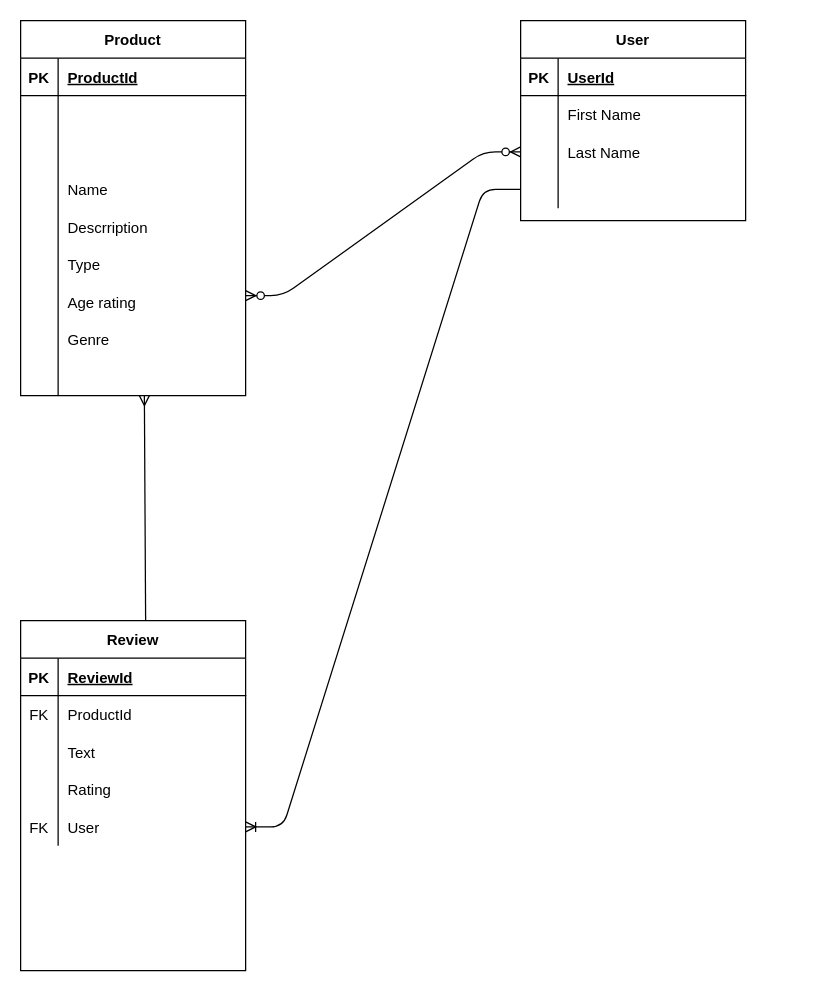
Before: ERD/Ecommerce_ERD.drawio in connor-hood/eCommerce, a draw.io diagram. Source tidied: cells renumbered, new cells numbered last; positions are measured from the earlier drawing's top-left corner, leaving out a move shared by most shapes. Both pictures are drawn from the tidied source at 125%, with x=0, y=0 at pixel (20, 20).
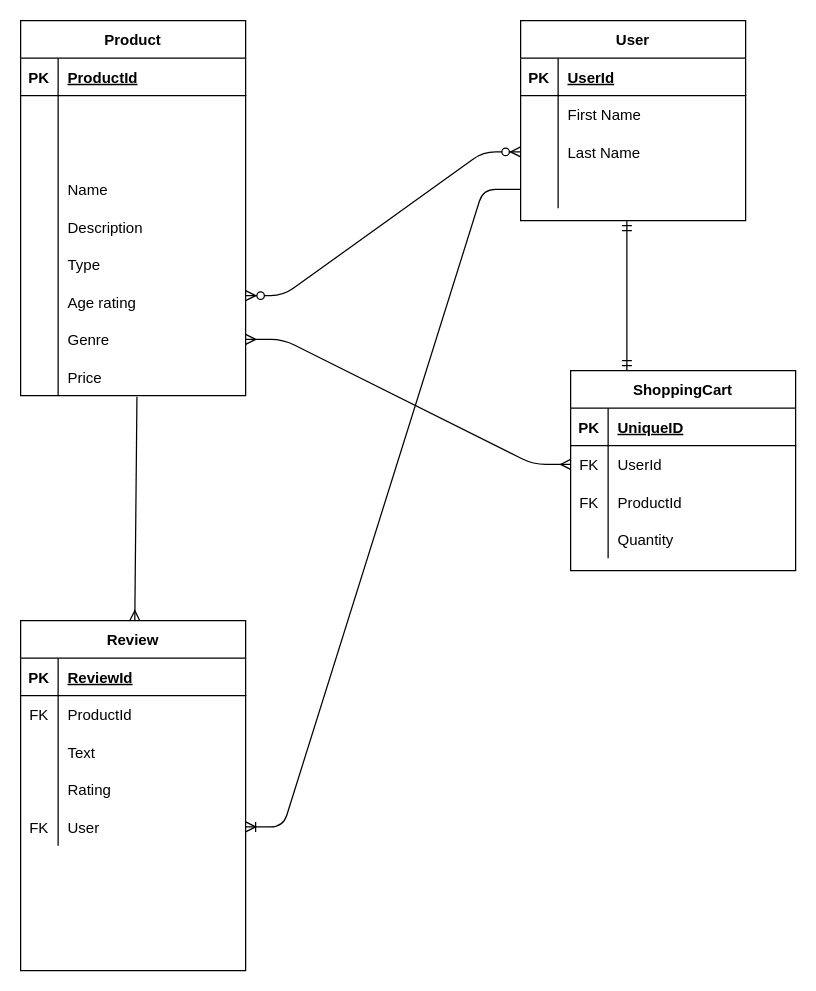
After the change.

Unchanged cells that the change refers to:
```xml
<mxCell id="15" style="shape=partialRectangle;fillColor=none;top=0;left=0;bottom=0;right=0;" parent="2" vertex="1">
  <mxGeometry y="150" width="180" height="30" as="geometry" />
</mxCell>
<mxCell id="24" style="shape=partialRectangle;fillColor=none;top=0;left=0;bottom=0;right=0;points=[[0,0.5],[1,0.5]];portConstraint=eastwest;" parent="2" vertex="1">
  <mxGeometry y="240" width="180" height="30" as="geometry" />
</mxCell>
<mxCell id="27" style="shape=partialRectangle;fillColor=none;top=0;left=0;bottom=0;right=0;points=[[0,0.5],[1,0.5]];portConstraint=eastwest;" parent="2" vertex="1">
  <mxGeometry y="270" width="180" height="30" as="geometry" />
</mxCell>
<mxCell id="43" value="Review" style="shape=table;startSize=30;childLayout=tableLayout;rowLines=0;fontStyle=1;align=center;" parent="1" vertex="1">
  <mxGeometry y="480" width="180" height="280" as="geometry" />
</mxCell>
```

Diff of the diagram source:
```diff
@@
-    <mxCell id="17" value="Descrription" style="shape=partialRectangle;fillColor=none;top=0;left=0;bottom=0;right=0;align=left;spacingLeft=6;overflow=hidden;" parent="15" vertex="1">
+    <mxCell id="17" value="Description" style="shape=partialRectangle;fillColor=none;top=0;left=0;bottom=0;right=0;align=left;spacingLeft=6;overflow=hidden;" parent="15" vertex="1">
       <mxGeometry x="30" width="150" height="30" as="geometry" />
     </mxCell>
@@
-    <mxCell id="29" style="shape=partialRectangle;fillColor=none;top=0;left=0;bottom=0;right=0;align=left;spacingLeft=6;overflow=hidden;" parent="27" vertex="1">
+    <mxCell id="29" value="Price" style="shape=partialRectangle;fillColor=none;top=0;left=0;bottom=0;right=0;align=left;spacingLeft=6;overflow=hidden;" parent="27" vertex="1">
       <mxGeometry x="30" width="150" height="30" as="geometry" />
     </mxCell>
@@
-    <mxCell id="60" style="fontSize=12;html=1;endArrow=ERmany;entryX=0.55;entryY=1;entryDx=0;entryDy=0;entryPerimeter=0;" parent="1" edge="1" target="27">
-      <mxGeometry relative="1" as="geometry">
-        <mxPoint x="100" y="480" as="sourcePoint" />
-      </mxGeometry>
-    </mxCell>
@@
+    <mxCell id="62" value="ShoppingCart" style="shape=table;startSize=30;childLayout=tableLayout;rowLines=0;fontStyle=1;align=center;" parent="1" vertex="1">
+      <mxGeometry x="440" y="280" width="180" height="160" as="geometry" />
+    </mxCell>
+    <mxCell id="63" style="shape=partialRectangle;fillColor=none;top=0;left=0;bottom=1;right=0;" parent="62" vertex="1">
+      <mxGeometry y="30" width="180" height="30" as="geometry" />
+    </mxCell>
+    <mxCell id="64" value="PK" style="shape=partialRectangle;fillColor=none;top=0;left=0;bottom=0;right=0;fontStyle=1;overflow=hidden;" parent="63" vertex="1">
+      <mxGeometry width="30" height="30" as="geometry" />
+    </mxCell>
+    <mxCell id="65" value="UniqueID" style="shape=partialRectangle;fillColor=none;top=0;left=0;bottom=0;right=0;align=left;spacingLeft=6;fontStyle=5;overflow=hidden;" parent="63" vertex="1">
+      <mxGeometry x="30" width="150" height="30" as="geometry" />
+    </mxCell>
+    <mxCell id="66" style="shape=partialRectangle;fillColor=none;top=0;left=0;bottom=0;right=0;points=[[0,0.5],[1,0.5]];portConstraint=eastwest;" parent="62" vertex="1">
+      <mxGeometry y="60" width="180" height="30" as="geometry" />
+    </mxCell>
+    <mxCell id="67" value="FK" style="shape=partialRectangle;fillColor=none;top=0;left=0;bottom=0;right=0;overflow=hidden;" parent="66" vertex="1">
+      <mxGeometry width="30" height="30" as="geometry" />
+    </mxCell>
+    <mxCell id="68" value="UserId" style="shape=partialRectangle;fillColor=none;top=0;left=0;bottom=0;right=0;align=left;spacingLeft=6;overflow=hidden;" parent="66" vertex="1">
+      <mxGeometry x="30" width="150" height="30" as="geometry" />
+    </mxCell>
+    <mxCell id="69" style="shape=partialRectangle;fillColor=none;top=0;left=0;bottom=0;right=0;" parent="62" vertex="1">
+      <mxGeometry y="90" width="180" height="30" as="geometry" />
+    </mxCell>
+    <mxCell id="70" value="FK" style="shape=partialRectangle;fillColor=none;top=0;left=0;bottom=0;right=0;overflow=hidden;" parent="69" vertex="1">
+      <mxGeometry width="30" height="30" as="geometry" />
+    </mxCell>
+    <mxCell id="71" value="ProductId" style="shape=partialRectangle;fillColor=none;top=0;left=0;bottom=0;right=0;align=left;spacingLeft=6;overflow=hidden;" parent="69" vertex="1">
+      <mxGeometry x="30" width="150" height="30" as="geometry" />
+    </mxCell>
+    <mxCell id="72" style="shape=partialRectangle;fillColor=none;top=0;left=0;bottom=0;right=0;" parent="62" vertex="1">
+      <mxGeometry y="120" width="180" height="30" as="geometry" />
+    </mxCell>
+    <mxCell id="73" style="shape=partialRectangle;fillColor=none;top=0;left=0;bottom=0;right=0;overflow=hidden;" parent="72" vertex="1">
+      <mxGeometry width="30" height="30" as="geometry" />
+    </mxCell>
+    <mxCell id="74" value="Quantity" style="shape=partialRectangle;fillColor=none;top=0;left=0;bottom=0;right=0;align=left;spacingLeft=6;overflow=hidden;" parent="72" vertex="1">
+      <mxGeometry x="30" width="150" height="30" as="geometry" />
+    </mxCell>
+    <mxCell id="75" style="fontSize=12;html=1;endArrow=ERmandOne;startArrow=ERmandOne;exitX=0.25;exitY=0;exitDx=0;exitDy=0;" parent="1" edge="1" source="62">
+      <mxGeometry relative="1" as="geometry">
+        <mxPoint x="485" y="160" as="targetPoint" />
+      </mxGeometry>
+    </mxCell>
+    <mxCell id="76" style="edgeStyle=entityRelationEdgeStyle;fontSize=12;html=1;endArrow=ERmany;startArrow=ERmany;exitX=1;exitY=0.5;exitDx=0;exitDy=0;entryX=0;entryY=0.5;entryDx=0;entryDy=0;" parent="1" edge="1" source="24" target="66">
+      <mxGeometry relative="1" as="geometry" />
+    </mxCell>
+    <mxCell id="77" style="fontSize=12;html=1;endArrow=ERmany;exitX=0.517;exitY=1.033;exitDx=0;exitDy=0;exitPerimeter=0;" parent="1" edge="1" source="27" target="43">
+      <mxGeometry relative="1" as="geometry" />
+    </mxCell>
```
